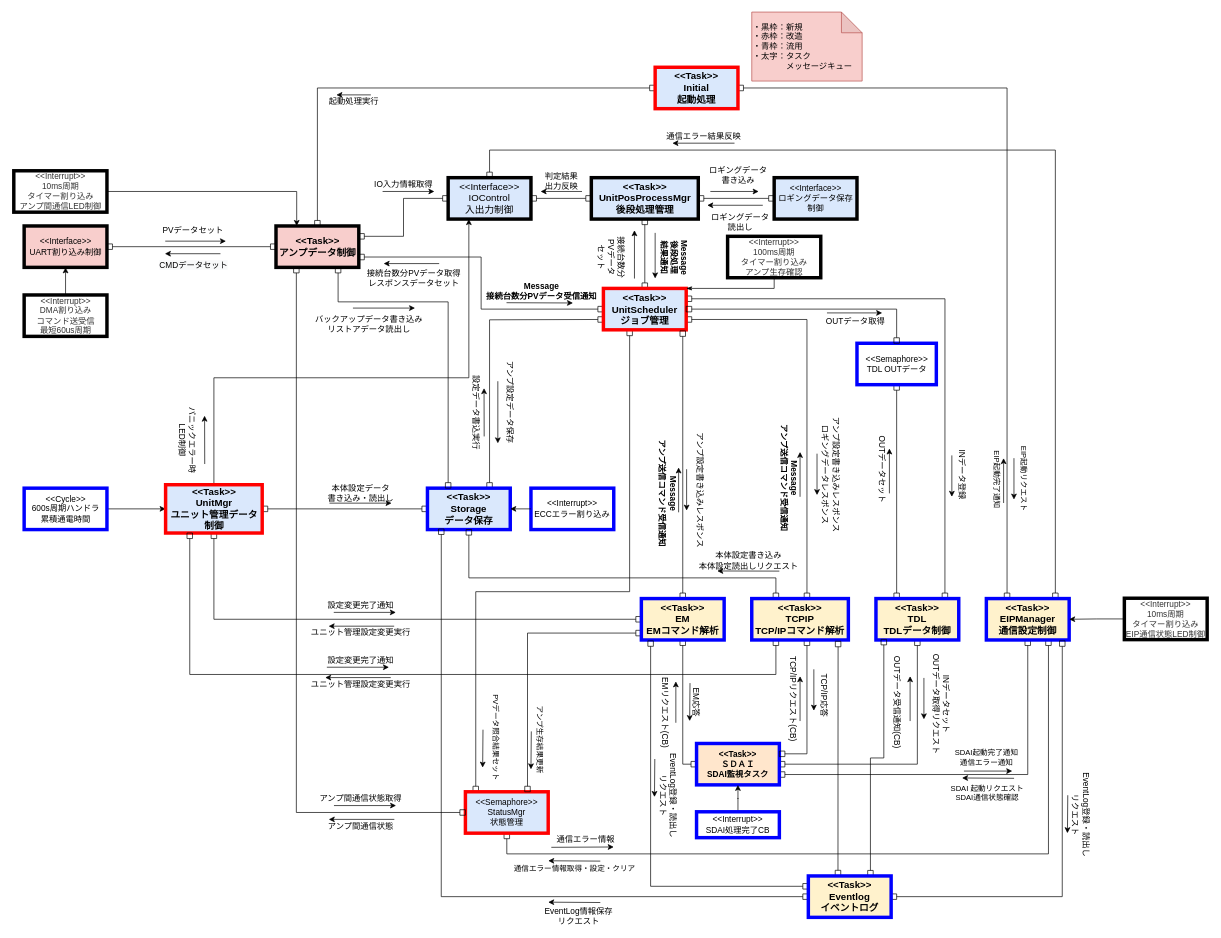
YutaSuzukiGARI/nwunit keeps this draw.io diagram as page "RevC_動的構造" (4 of 4) of NWユニット_アーキテクチャ図.drawio. Above is the earlier version. Source tidied: cells renumbered, new cells numbered last; positions are measured from the earlier drawing's top-left corner, leaving out a move shared by most shapes. Both pictures are drawn from the tidied source at 69%, with x=0, y=0 at pixel (13, 12).
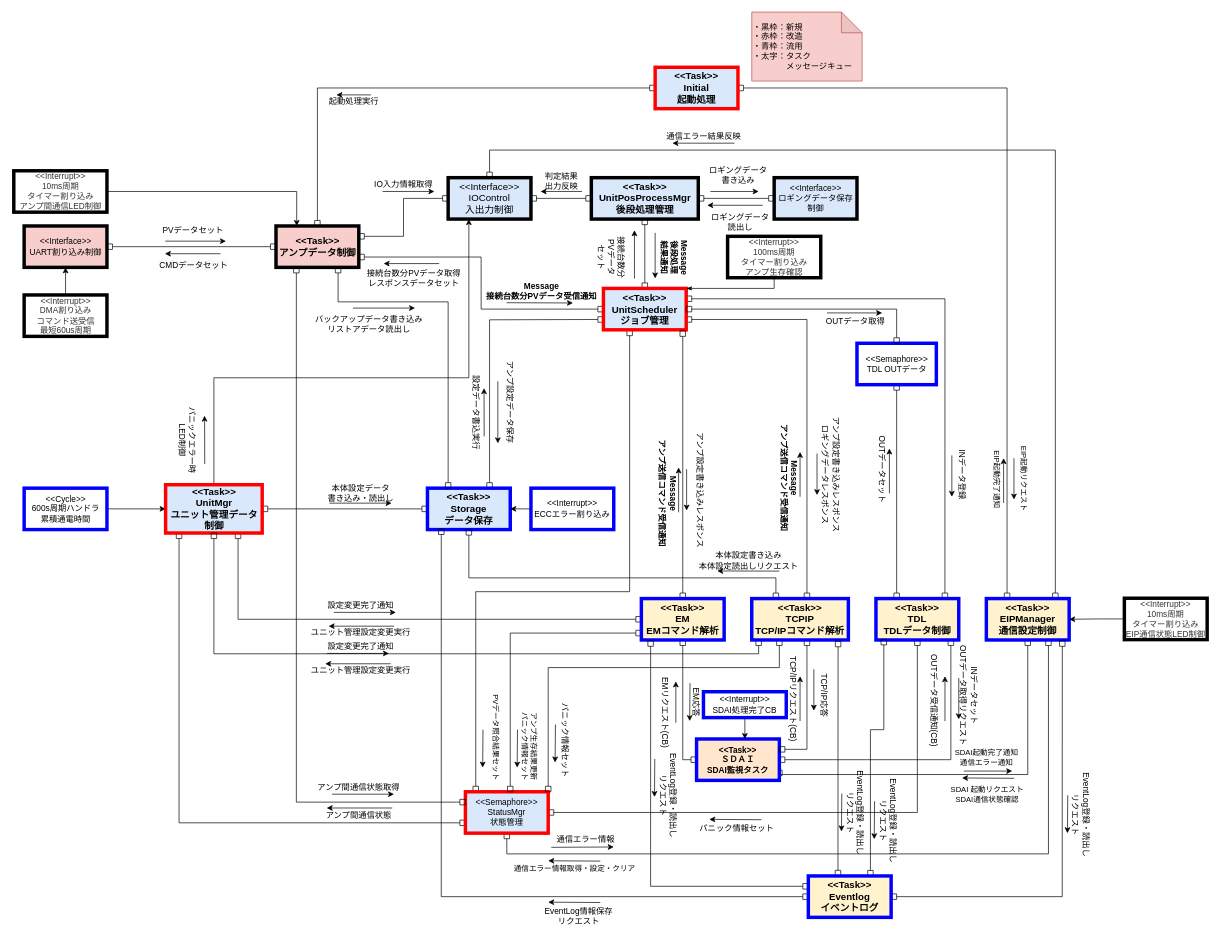
The same diagram, later.

The change refers to these unchanged cells:
```xml
<mxCell id="21" value="&amp;lt;&amp;lt;Task&amp;gt;&amp;gt;&lt;br&gt;TDL&lt;br style=&quot;font-size: 14px&quot;&gt;TDLデータ制御" style="rounded=0;whiteSpace=wrap;html=1;fillColor=#fff2cc;strokeColor=#0000FF;strokeWidth=5;fontStyle=1;fontSize=14;" parent="1" vertex="1">
  <mxGeometry x="1250" y="850" width="120" height="60" as="geometry" />
</mxCell>
<mxCell id="32" value="&amp;lt;&amp;lt;Task&amp;gt;&amp;gt;&lt;br style=&quot;font-size: 14px&quot;&gt;UnitMgr&lt;br&gt;ユニット管理データ制御" style="rounded=0;whiteSpace=wrap;html=1;fillColor=#dae8fc;strokeColor=#FF0000;strokeWidth=5;fontStyle=1;fontSize=14;" parent="1" vertex="1">
  <mxGeometry x="220.5" y="685" width="140" height="70" as="geometry" />
</mxCell>
<mxCell id="34" value="&amp;lt;&amp;lt;Semaphore&amp;gt;&amp;gt;&lt;br&gt;StatusMgr&lt;br&gt;状態管理" style="rounded=0;whiteSpace=wrap;html=1;fillColor=#dae8fc;strokeColor=#FF0000;strokeWidth=5;" parent="1" vertex="1">
  <mxGeometry x="655" y="1130" width="120" height="60" as="geometry" />
</mxCell>
<mxCell id="60" value="&amp;lt;&amp;lt;Task&amp;gt;&amp;gt;&lt;br&gt;TCPIP&lt;br style=&quot;font-size: 14px&quot;&gt;TCP/IPコマンド解析" style="rounded=0;whiteSpace=wrap;html=1;fillColor=#fff2cc;strokeColor=#0000FF;strokeWidth=5;fontStyle=1;fontSize=14;" parent="1" vertex="1">
  <mxGeometry x="1070" y="850" width="140" height="60" as="geometry" />
</mxCell>
<mxCell id="100" value="&amp;lt;&amp;lt;Task&amp;gt;&amp;gt;&lt;br style=&quot;font-size: 14px;&quot;&gt;アンプデータ制御" style="rounded=0;whiteSpace=wrap;html=1;fillColor=#f8cecc;strokeColor=#000000;strokeWidth=5;fontStyle=1;fontSize=14;" parent="1" vertex="1">
  <mxGeometry x="380.5" y="310" width="120" height="60" as="geometry" />
</mxCell>
<mxCell id="104" value="&amp;lt;&amp;lt;Task&amp;gt;&amp;gt;&lt;br&gt;EM&lt;br style=&quot;font-size: 14px&quot;&gt;EMコマンド解析" style="rounded=0;whiteSpace=wrap;html=1;fillColor=#fff2cc;strokeColor=#0000FF;strokeWidth=5;fontStyle=1;fontSize=14;" parent="1" vertex="1">
  <mxGeometry x="910" y="850" width="120" height="60" as="geometry" />
</mxCell>
<mxCell id="126" value="&amp;lt;&amp;lt;Task&amp;gt;&amp;gt;&lt;br&gt;Eventlog&lt;br&gt;イベントログ" style="rounded=0;whiteSpace=wrap;html=1;fillColor=#fff2cc;strokeColor=#0000FF;strokeWidth=5;fontStyle=1;fontSize=14;" parent="1" vertex="1">
  <mxGeometry x="1152" y="1252" width="120" height="60" as="geometry" />
</mxCell>
```

The edit, as a diff of the source:
```diff
@@
-    <mxCell id="13" style="edgeStyle=orthogonalEdgeStyle;rounded=0;jettySize=auto;html=1;entryX=0.5;entryY=1;entryDx=0;entryDy=0;startArrow=box;startFill=0;endArrow=box;endFill=0;" parent="1" edge="1" source="104" target="32">
+    <mxCell id="13" style="edgeStyle=orthogonalEdgeStyle;rounded=0;jettySize=auto;html=1;entryX=0.75;entryY=1;entryDx=0;entryDy=0;startArrow=box;startFill=0;endArrow=box;endFill=0;" parent="1" edge="1" source="104" target="32">
       <mxGeometry relative="1" as="geometry" />
     </mxCell>
@@
-    <mxCell id="19" style="edgeStyle=orthogonalEdgeStyle;rounded=0;jettySize=auto;html=1;entryX=1;entryY=0.5;entryDx=0;entryDy=0;startArrow=box;startFill=0;endArrow=box;endFill=0;exitX=0.5;exitY=1;exitDx=0;exitDy=0;" parent="1" edge="1" source="21" target="26">
+    <mxCell id="19" style="edgeStyle=orthogonalEdgeStyle;rounded=0;jettySize=auto;html=1;entryX=1;entryY=0.5;entryDx=0;entryDy=0;startArrow=box;startFill=0;endArrow=box;endFill=0;exitX=0.905;exitY=1;exitDx=0;exitDy=0;exitPerimeter=0;" parent="1" edge="1" source="21" target="26">
       <mxGeometry relative="1" as="geometry" />
     </mxCell>
@@
+    <mxCell id="167" style="edgeStyle=orthogonalEdgeStyle;rounded=0;jettySize=auto;html=1;entryX=1;entryY=0.5;entryDx=0;entryDy=0;endArrow=box;endFill=0;startArrow=box;startFill=0;" parent="1" edge="1" source="21" target="34">
+      <mxGeometry relative="1" as="geometry">
+        <Array as="points">
+          <mxPoint x="1310" y="1160" />
+        </Array>
+      </mxGeometry>
+    </mxCell>
@@
     <mxCell id="26" value="&amp;lt;&amp;lt;Task&amp;gt;&amp;gt;&lt;br&gt;ＳＤＡＩ&lt;br&gt;SDAI監視タスク" style="rounded=0;whiteSpace=wrap;html=1;fillColor=#ffe6cc;strokeColor=#0000FF;strokeWidth=5;fontStyle=1;" parent="1" vertex="1">
-      <mxGeometry x="990" y="1060" width="120" height="60" as="geometry" />
+      <mxGeometry x="990" y="1053.5" width="120" height="60" as="geometry" />
     </mxCell>
     <mxCell id="27" value="INデータセット&lt;br&gt;OUTデータ取得リクエスト" style="text;html=1;align=center;verticalAlign=middle;rotation=90;" parent="1" vertex="1">
-      <mxGeometry x="1265" y="987.5" width="160" height="30" as="geometry" />
+      <mxGeometry x="1305" y="975" width="160" height="30" as="geometry" />
     </mxCell>
     <mxCell id="28" value="OUTデータ受信通知(CB)" style="text;html=1;align=center;verticalAlign=middle;rotation=90;" parent="1" vertex="1">
-      <mxGeometry x="1205" y="990" width="150" height="20" as="geometry" />
+      <mxGeometry x="1260" y="987.5" width="150" height="20" as="geometry" />
     </mxCell>
@@
+    <mxCell id="168" style="edgeStyle=orthogonalEdgeStyle;rounded=0;jettySize=auto;html=1;entryX=0;entryY=0.75;entryDx=0;entryDy=0;startArrow=box;startFill=0;endArrow=box;endFill=0;" parent="1" edge="1" source="32" target="34">
+      <mxGeometry relative="1" as="geometry">
+        <Array as="points">
+          <mxPoint x="240" y="1175" />
+        </Array>
+      </mxGeometry>
+    </mxCell>
@@
     <mxCell id="56" style="edgeStyle=orthogonalEdgeStyle;rounded=0;jettySize=auto;html=1;entryX=1;entryY=0.25;entryDx=0;entryDy=0;startArrow=box;startFill=0;endArrow=box;endFill=0;fontColor=#000000;" parent="1" edge="1" source="60" target="26">
       <mxGeometry relative="1" as="geometry">
         <Array as="points">
-          <mxPoint x="1150" y="1075" />
+          <mxPoint x="1150" y="1069" />
         </Array>
       </mxGeometry>
     </mxCell>
@@
-    <mxCell id="58" style="edgeStyle=orthogonalEdgeStyle;rounded=0;jettySize=auto;html=1;startArrow=box;startFill=0;endArrow=box;endFill=0;exitX=0.25;exitY=1;exitDx=0;exitDy=0;entryX=0.25;entryY=1;entryDx=0;entryDy=0;" parent="1" edge="1" source="60" target="32">
+    <mxCell id="58" style="edgeStyle=orthogonalEdgeStyle;rounded=0;jettySize=auto;html=1;startArrow=box;startFill=0;endArrow=box;endFill=0;entryX=0.5;entryY=1;entryDx=0;entryDy=0;" parent="1" edge="1" source="60" target="32">
       <mxGeometry relative="1" as="geometry">
         <Array as="points">
-          <mxPoint x="1105" y="960" />
-          <mxPoint x="256" y="960" />
+          <mxPoint x="1080" y="930" />
+          <mxPoint x="291" y="930" />
         </Array>
       </mxGeometry>
     </mxCell>
@@
+    <mxCell id="169" style="edgeStyle=orthogonalEdgeStyle;rounded=0;jettySize=auto;html=1;startArrow=box;startFill=0;endArrow=box;endFill=0;entryX=1;entryY=0;entryDx=0;entryDy=0;" parent="1" edge="1" source="60" target="34">
+      <mxGeometry relative="1" as="geometry">
+        <Array as="points">
+          <mxPoint x="1110" y="950" />
+          <mxPoint x="775" y="950" />
+        </Array>
+      </mxGeometry>
+    </mxCell>
@@
     <mxCell id="79" value="ユニット管理設定変更実行" style="text;html=1;align=center;verticalAlign=middle;" parent="1" vertex="1">
-      <mxGeometry x="423" y="965" width="160" height="20" as="geometry" />
+      <mxGeometry x="423" y="945" width="160" height="20" as="geometry" />
     </mxCell>
     <mxCell id="80" value="設定変更完了通知" style="text;html=1;align=center;verticalAlign=middle;" parent="1" vertex="1">
-      <mxGeometry x="448" y="929.5" width="110" height="20" as="geometry" />
+      <mxGeometry x="448" y="909.5" width="110" height="20" as="geometry" />
     </mxCell>
     <mxCell id="81" style="endArrow=classic;html=1;fontColor=#FF3333;" parent="1" edge="1">
       <mxGeometry relative="1" as="geometry">
-        <mxPoint x="454.2" y="949.5" as="sourcePoint" />
-        <mxPoint x="544.2" y="949.5" as="targetPoint" />
+        <mxPoint x="454.2" y="929.5" as="sourcePoint" />
+        <mxPoint x="544.2" y="929.5" as="targetPoint" />
       </mxGeometry>
     </mxCell>
     <mxCell id="82" style="endArrow=classic;html=1;fontColor=#FF3333;" parent="1" edge="1">
       <mxGeometry relative="1" as="geometry">
-        <mxPoint x="546.8" y="964.5" as="sourcePoint" />
-        <mxPoint x="451.8" y="964.5" as="targetPoint" />
+        <mxPoint x="546.8" y="944.5" as="sourcePoint" />
+        <mxPoint x="451.8" y="944.5" as="targetPoint" />
       </mxGeometry>
     </mxCell>
     <mxCell id="83" style="endArrow=classic;html=1;fontColor=#FF3333;" parent="1" edge="1">
       <mxGeometry relative="1" as="geometry">
-        <mxPoint x="1319.5" y="965" as="sourcePoint" />
-        <mxPoint x="1319.5" y="1025" as="targetPoint" />
+        <mxPoint x="1370" y="965" as="sourcePoint" />
+        <mxPoint x="1370" y="1025" as="targetPoint" />
       </mxGeometry>
     </mxCell>
     <mxCell id="84" style="endArrow=classic;html=1;fontColor=#FF3333;" parent="1" edge="1">
       <mxGeometry relative="1" as="geometry">
-        <mxPoint x="1299.5" y="1027.5" as="sourcePoint" />
-        <mxPoint x="1299.5" y="962.5" as="targetPoint" />
+        <mxPoint x="1350" y="1027.5" as="sourcePoint" />
+        <mxPoint x="1350" y="962.5" as="targetPoint" />
       </mxGeometry>
     </mxCell>
@@
-    <mxCell id="99" style="edgeStyle=orthogonalEdgeStyle;rounded=0;jettySize=auto;html=1;entryX=0;entryY=0.5;entryDx=0;entryDy=0;fontSize=20;startArrow=box;startFill=0;endArrow=box;endFill=0;" parent="1" edge="1" source="100" target="34">
+    <mxCell id="99" style="edgeStyle=orthogonalEdgeStyle;rounded=0;jettySize=auto;html=1;entryX=0;entryY=0.25;entryDx=0;entryDy=0;fontSize=20;startArrow=box;startFill=0;endArrow=box;endFill=0;" parent="1" edge="1" source="100" target="34">
       <mxGeometry relative="1" as="geometry">
         <Array as="points">
-          <mxPoint x="410" y="1160" />
+          <mxPoint x="410" y="1145" />
         </Array>
       </mxGeometry>
     </mxCell>
@@
-    <mxCell id="103" style="edgeStyle=orthogonalEdgeStyle;rounded=0;jettySize=auto;html=1;entryX=0.75;entryY=0;entryDx=0;entryDy=0;startArrow=box;startFill=0;endArrow=box;endFill=0;" parent="1" edge="1" source="104" target="34">
+    <mxCell id="103" style="edgeStyle=orthogonalEdgeStyle;rounded=0;jettySize=auto;html=1;startArrow=box;startFill=0;endArrow=box;endFill=0;" parent="1" edge="1" source="104" target="34">
       <mxGeometry relative="1" as="geometry">
         <Array as="points">
-          <mxPoint x="745" y="900" />
+          <mxPoint x="720" y="900" />
         </Array>
       </mxGeometry>
     </mxCell>
@@
     <mxCell id="106" style="endArrow=classic;html=1;fontColor=#FF3333;" parent="1" edge="1">
       <mxGeometry relative="1" as="geometry">
-        <mxPoint x="535" y="1150" as="sourcePoint" />
-        <mxPoint x="535" y="1150" as="targetPoint" />
+        <mxPoint x="532" y="1133.5" as="sourcePoint" />
+        <mxPoint x="532" y="1133.5" as="targetPoint" />
       </mxGeometry>
     </mxCell>
     <mxCell id="107" style="endArrow=classic;html=1;fontColor=#FF3333;" parent="1" edge="1">
       <mxGeometry relative="1" as="geometry">
-        <mxPoint x="445" y="1150" as="sourcePoint" />
-        <mxPoint x="445" y="1150" as="targetPoint" />
+        <mxPoint x="442" y="1133.5" as="sourcePoint" />
+        <mxPoint x="442" y="1133.5" as="targetPoint" />
       </mxGeometry>
     </mxCell>
@@
-    <mxCell id="110" value="アンプ生存結果更新" style="edgeLabel;html=1;align=center;verticalAlign=middle;rotation=90;" parent="1" vertex="1">
-      <mxGeometry x="765" y="1070" as="geometry">
+    <mxCell id="110" value="アンプ生存結果更新&lt;br&gt;パニック情報セット" style="edgeLabel;html=1;align=center;verticalAlign=middle;rotation=90;" parent="1" vertex="1">
+      <mxGeometry x="750" y="1080" as="geometry">
         <mxPoint x="-17" y="1" as="offset" />
       </mxGeometry>
     </mxCell>
     <mxCell id="111" style="endArrow=classic;html=1;fontColor=#FF3333;" parent="1" edge="1">
       <mxGeometry relative="1" as="geometry">
-        <mxPoint x="750.5" y="1042.5" as="sourcePoint" />
-        <mxPoint x="750" y="1097.5" as="targetPoint" />
+        <mxPoint x="730.5" y="1040" as="sourcePoint" />
+        <mxPoint x="730" y="1095" as="targetPoint" />
       </mxGeometry>
     </mxCell>
@@
     <mxCell id="124" style="edgeStyle=orthogonalEdgeStyle;rounded=0;jettySize=auto;html=1;entryX=0.095;entryY=0.985;entryDx=0;entryDy=0;startArrow=box;startFill=0;endArrow=box;endFill=0;fontColor=#FF0000;entryPerimeter=0;exitX=0.75;exitY=0;exitDx=0;exitDy=0;" parent="1" edge="1" source="126" target="21">
-      <mxGeometry relative="1" as="geometry" />
+      <mxGeometry relative="1" as="geometry">
+        <Array as="points">
+          <mxPoint x="1242" y="1040" />
+          <mxPoint x="1261" y="1040" />
+        </Array>
+      </mxGeometry>
     </mxCell>
@@
-    <mxCell id="133" style="edgeStyle=orthogonalEdgeStyle;rounded=0;jettySize=auto;html=1;entryX=0.5;entryY=1;entryDx=0;entryDy=0;" parent="1" edge="1" source="134" target="26">
-      <mxGeometry relative="1" as="geometry" />
+    <mxCell id="133" style="edgeStyle=orthogonalEdgeStyle;rounded=0;jettySize=auto;html=1;entryX=0.5;entryY=0;entryDx=0;entryDy=0;" parent="1" edge="1" source="134">
+      <mxGeometry relative="1" as="geometry">
+        <mxPoint x="1060" y="1053.5" as="targetPoint" />
+      </mxGeometry>
     </mxCell>
     <mxCell id="134" value="&amp;lt;&amp;lt;Interrupt&amp;gt;&amp;gt;&lt;br&gt;SDAI処理完了CB" style="rounded=0;whiteSpace=wrap;html=1;strokeColor=#0000FF;strokeWidth=5;" parent="1" vertex="1">
-      <mxGeometry x="990" y="1159" width="120" height="37.5" as="geometry" />
+      <mxGeometry x="1000" y="985" width="120" height="37.5" as="geometry" />
     </mxCell>
@@
     <mxCell id="155" value="アンプ間通信状態" style="text;html=1;align=center;verticalAlign=middle;" parent="1" vertex="1">
-      <mxGeometry x="448" y="1170" width="110" height="20" as="geometry" />
+      <mxGeometry x="445" y="1153.5" width="110" height="20" as="geometry" />
     </mxCell>
     <mxCell id="156" value="アンプ間通信状態取得" style="text;html=1;align=center;verticalAlign=middle;" parent="1" vertex="1">
-      <mxGeometry x="433" y="1130" width="140" height="20" as="geometry" />
+      <mxGeometry x="430" y="1113.5" width="140" height="20" as="geometry" />
     </mxCell>
     <mxCell id="157" style="endArrow=classic;html=1;fontColor=#FF3333;" parent="1" edge="1">
       <mxGeometry relative="1" as="geometry">
-        <mxPoint x="464.5" y="1150" as="sourcePoint" />
-        <mxPoint x="554.5" y="1150" as="targetPoint" />
+        <mxPoint x="461.5" y="1133.5" as="sourcePoint" />
+        <mxPoint x="551.5" y="1133.5" as="targetPoint" />
       </mxGeometry>
     </mxCell>
     <mxCell id="158" style="endArrow=classic;html=1;fontColor=#FF3333;" parent="1" edge="1">
       <mxGeometry relative="1" as="geometry">
-        <mxPoint x="552" y="1170" as="sourcePoint" />
-        <mxPoint x="457" y="1170" as="targetPoint" />
+        <mxPoint x="549" y="1153.5" as="sourcePoint" />
+        <mxPoint x="454" y="1153.5" as="targetPoint" />
       </mxGeometry>
     </mxCell>
@@
+    <mxCell id="170" style="endArrow=classic;html=1;fontColor=#FF3333;" parent="1" edge="1">
+      <mxGeometry relative="1" as="geometry">
+        <mxPoint x="1248" y="1143.7" as="sourcePoint" />
+        <mxPoint x="1247.5" y="1198.7" as="targetPoint" />
+      </mxGeometry>
+    </mxCell>
+    <mxCell id="171" value="EventLog登録・読出し&lt;br&gt;リクエスト" style="text;html=1;align=center;verticalAlign=middle;rotation=90;" parent="1" vertex="1">
+      <mxGeometry x="1197.5" y="1156.2" width="140" height="30" as="geometry" />
+    </mxCell>
+    <mxCell id="172" style="endArrow=classic;html=1;fontColor=#FF3333;" parent="1" edge="1">
+      <mxGeometry relative="1" as="geometry">
+        <mxPoint x="1200.5" y="1132.5" as="sourcePoint" />
+        <mxPoint x="1200" y="1187.5" as="targetPoint" />
+      </mxGeometry>
+    </mxCell>
+    <mxCell id="173" value="EventLog登録・読出し&lt;br&gt;リクエスト" style="text;html=1;align=center;verticalAlign=middle;rotation=90;" parent="1" vertex="1">
+      <mxGeometry x="1150" y="1145" width="140" height="30" as="geometry" />
+    </mxCell>
+    <mxCell id="174" value="パニック情報セット" style="text;html=1;align=center;verticalAlign=middle;rotation=90;" parent="1" vertex="1">
+      <mxGeometry x="740" y="1045" width="120" height="20" as="geometry" />
+    </mxCell>
+    <mxCell id="175" style="endArrow=classic;html=1;fontColor=#FF3333;" parent="1" edge="1">
+      <mxGeometry relative="1" as="geometry">
+        <mxPoint x="785.5" y="1032.5" as="sourcePoint" />
+        <mxPoint x="785" y="1087.5" as="targetPoint" />
+      </mxGeometry>
+    </mxCell>
+    <mxCell id="176" value="パニック情報セット" style="text;html=1;align=center;verticalAlign=middle;rotation=0;" parent="1" vertex="1">
+      <mxGeometry x="987.5" y="1173.5" width="120" height="20" as="geometry" />
+    </mxCell>
+    <mxCell id="177" style="endArrow=classic;html=1;fontColor=#FF3333;" parent="1" edge="1">
+      <mxGeometry relative="1" as="geometry">
+        <mxPoint x="1084" y="1170.5" as="sourcePoint" />
+        <mxPoint x="1008.5" y="1170" as="targetPoint" />
+      </mxGeometry>
+    </mxCell>
```
